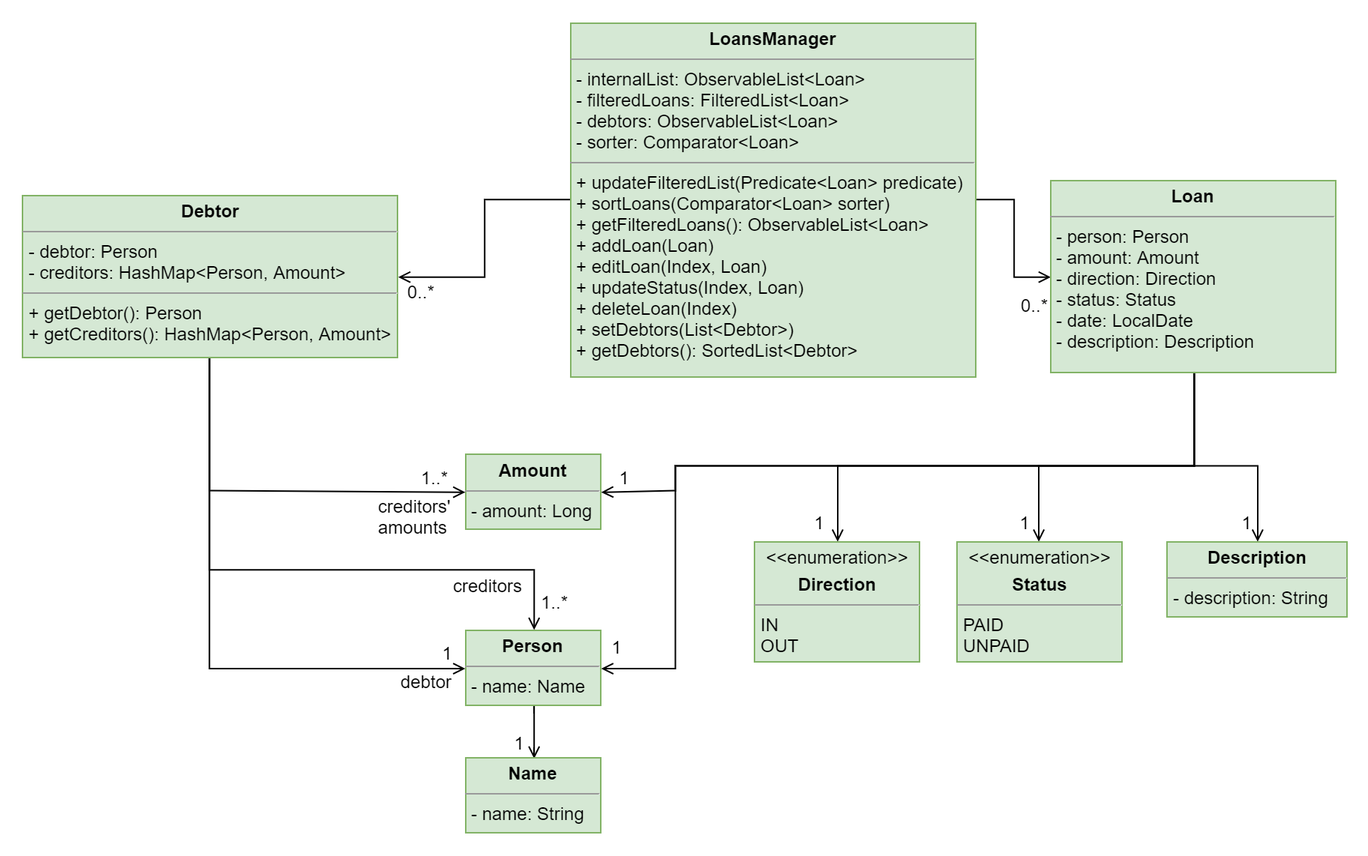
nus-cs2103-AY1920S1/addressbook-level3 keeps this draw.io diagram as docs/images/LoanClassDiagram.png. Above is the earlier version. Source tidied: cells renumbered, new cells last; positions are measured from the earlier drawing's top-left corner, leaving out a move shared by most shapes.
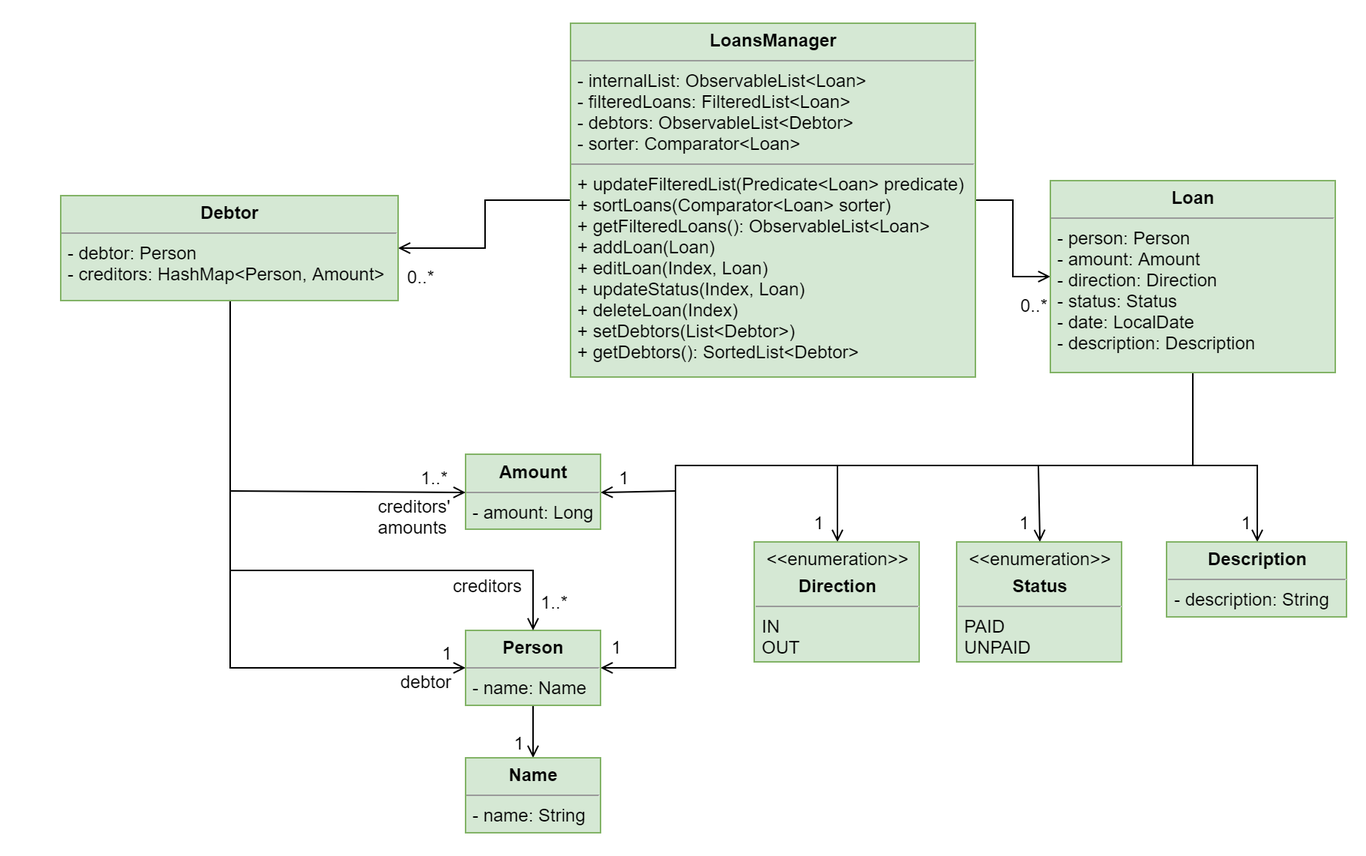
The same diagram one commit later.

Commit message:
Fix incorrect type in loan class diagram

Diff of the diagram source:
```diff
@@ -11,7 +11,7 @@
     <mxCell id="4" style="edgeStyle=orthogonalEdgeStyle;rounded=0;jettySize=auto;html=1;entryX=1;entryY=0.5;entryDx=0;entryDy=0;startArrow=none;startFill=0;endArrow=open;endFill=0;" parent="1" edge="1" source="5" target="27">
       <mxGeometry relative="1" as="geometry" />
     </mxCell>
-    <mxCell id="5" value="&lt;p style=&quot;margin: 0px ; margin-top: 4px ; text-align: center&quot;&gt;&lt;b&gt;LoansManager&lt;/b&gt;&lt;br&gt;&lt;/p&gt;&lt;hr size=&quot;1&quot;&gt;&lt;p style=&quot;margin: 0px ; margin-left: 4px&quot;&gt;- internalList: ObservableList&amp;lt;Loan&amp;gt;&lt;/p&gt;&lt;p style=&quot;margin: 0px ; margin-left: 4px&quot;&gt;- filteredLoans: FilteredList&amp;lt;Loan&amp;gt;&lt;br&gt;&lt;/p&gt;&lt;p style=&quot;margin: 0px ; margin-left: 4px&quot;&gt;- debtors: ObservableList&amp;lt;Loan&amp;gt;&lt;/p&gt;&lt;p style=&quot;margin: 0px ; margin-left: 4px&quot;&gt;- sorter: Comparator&amp;lt;Loan&amp;gt;&lt;/p&gt;&lt;hr size=&quot;1&quot;&gt;&lt;p style=&quot;margin: 0px ; margin-left: 4px&quot;&gt;+ updateFilteredList(Predicate&amp;lt;Loan&amp;gt; predicate)&lt;/p&gt;&lt;p style=&quot;margin: 0px ; margin-left: 4px&quot;&gt;+ sortLoans(Comparator&amp;lt;Loan&amp;gt; sorter)&lt;/p&gt;&lt;p style=&quot;margin: 0px ; margin-left: 4px&quot;&gt;&lt;span&gt;+ getFilteredLoans(): ObservableList&amp;lt;Loan&amp;gt;&lt;/span&gt;&lt;/p&gt;&lt;p style=&quot;margin: 0px ; margin-left: 4px&quot;&gt;+ addLoan(Loan)&lt;/p&gt;&lt;p style=&quot;margin: 0px ; margin-left: 4px&quot;&gt;+ editLoan(Index, Loan)&lt;/p&gt;&lt;p style=&quot;margin: 0px ; margin-left: 4px&quot;&gt;+ updateStatus(Index, Loan)&lt;/p&gt;&lt;p style=&quot;margin: 0px ; margin-left: 4px&quot;&gt;+ deleteLoan(Index)&lt;/p&gt;&lt;p style=&quot;margin: 0px ; margin-left: 4px&quot;&gt;+ setDebtors(List&amp;lt;Debtor&amp;gt;)&lt;/p&gt;&lt;p style=&quot;margin: 0px ; margin-left: 4px&quot;&gt;+ getDebtors(): SortedList&amp;lt;Debtor&amp;gt;&lt;/p&gt;" style="verticalAlign=top;align=left;overflow=fill;fontSize=12;fontFamily=Helvetica;html=1;rounded=0;shadow=0;comic=0;labelBackgroundColor=none;strokeColor=#82b366;strokeWidth=1;fillColor=#d5e8d4;" parent="1" vertex="1">
+    <mxCell id="5" value="&lt;p style=&quot;margin: 0px ; margin-top: 4px ; text-align: center&quot;&gt;&lt;b&gt;LoansManager&lt;/b&gt;&lt;br&gt;&lt;/p&gt;&lt;hr size=&quot;1&quot;&gt;&lt;p style=&quot;margin: 0px ; margin-left: 4px&quot;&gt;- internalList: ObservableList&amp;lt;Loan&amp;gt;&lt;/p&gt;&lt;p style=&quot;margin: 0px ; margin-left: 4px&quot;&gt;- filteredLoans: FilteredList&amp;lt;Loan&amp;gt;&lt;br&gt;&lt;/p&gt;&lt;p style=&quot;margin: 0px ; margin-left: 4px&quot;&gt;- debtors: ObservableList&amp;lt;Debtor&amp;gt;&lt;/p&gt;&lt;p style=&quot;margin: 0px ; margin-left: 4px&quot;&gt;- sorter: Comparator&amp;lt;Loan&amp;gt;&lt;/p&gt;&lt;hr size=&quot;1&quot;&gt;&lt;p style=&quot;margin: 0px ; margin-left: 4px&quot;&gt;+ updateFilteredList(Predicate&amp;lt;Loan&amp;gt; predicate)&lt;/p&gt;&lt;p style=&quot;margin: 0px ; margin-left: 4px&quot;&gt;+ sortLoans(Comparator&amp;lt;Loan&amp;gt; sorter)&lt;/p&gt;&lt;p style=&quot;margin: 0px ; margin-left: 4px&quot;&gt;&lt;span&gt;+ getFilteredLoans(): ObservableList&amp;lt;Loan&amp;gt;&lt;/span&gt;&lt;/p&gt;&lt;p style=&quot;margin: 0px ; margin-left: 4px&quot;&gt;+ addLoan(Loan)&lt;/p&gt;&lt;p style=&quot;margin: 0px ; margin-left: 4px&quot;&gt;+ editLoan(Index, Loan)&lt;/p&gt;&lt;p style=&quot;margin: 0px ; margin-left: 4px&quot;&gt;+ updateStatus(Index, Loan)&lt;/p&gt;&lt;p style=&quot;margin: 0px ; margin-left: 4px&quot;&gt;+ deleteLoan(Index)&lt;/p&gt;&lt;p style=&quot;margin: 0px ; margin-left: 4px&quot;&gt;+ setDebtors(List&amp;lt;Debtor&amp;gt;)&lt;/p&gt;&lt;p style=&quot;margin: 0px ; margin-left: 4px&quot;&gt;+ getDebtors(): SortedList&amp;lt;Debtor&amp;gt;&lt;/p&gt;" style="verticalAlign=top;align=left;overflow=fill;fontSize=12;fontFamily=Helvetica;html=1;rounded=0;shadow=0;comic=0;labelBackgroundColor=none;strokeColor=#82b366;strokeWidth=1;fillColor=#d5e8d4;" parent="1" vertex="1">
       <mxGeometry x="380" y="15" width="270" height="236" as="geometry" />
     </mxCell>
     <mxCell id="6" style="edgeStyle=orthogonalEdgeStyle;rounded=0;jettySize=auto;html=1;entryX=0.5;entryY=0;entryDx=0;entryDy=0;startArrow=none;startFill=0;endArrow=open;endFill=0;" parent="1" edge="1" source="11" target="16">
@@ -98,27 +98,27 @@
     <mxCell id="24" style="edgeStyle=orthogonalEdgeStyle;rounded=0;jettySize=auto;html=1;entryX=0;entryY=0.5;entryDx=0;entryDy=0;startArrow=none;startFill=0;endArrow=open;endFill=0;" parent="1" edge="1" source="27" target="15">
       <mxGeometry relative="1" as="geometry">
         <Array as="points">
-          <mxPoint x="139" y="327" />
+          <mxPoint x="153" y="327" />
         </Array>
       </mxGeometry>
     </mxCell>
     <mxCell id="25" style="edgeStyle=orthogonalEdgeStyle;rounded=0;jettySize=auto;html=1;entryX=0;entryY=0.5;entryDx=0;entryDy=0;startArrow=none;startFill=0;endArrow=open;endFill=0;" parent="1" edge="1" source="27" target="13">
       <mxGeometry relative="1" as="geometry">
         <Array as="points">
-          <mxPoint x="139" y="445" />
+          <mxPoint x="153" y="445" />
         </Array>
       </mxGeometry>
     </mxCell>
     <mxCell id="26" style="edgeStyle=orthogonalEdgeStyle;rounded=0;jettySize=auto;html=1;entryX=0.5;entryY=0;entryDx=0;entryDy=0;startArrow=none;startFill=0;endArrow=open;endFill=0;" parent="1" edge="1" source="27" target="13">
       <mxGeometry relative="1" as="geometry">
         <Array as="points">
-          <mxPoint x="139" y="380" />
+          <mxPoint x="153" y="380" />
           <mxPoint x="355" y="380" />
         </Array>
       </mxGeometry>
     </mxCell>
-    <mxCell id="27" value="&lt;p style=&quot;margin: 0px ; margin-top: 4px ; text-align: center&quot;&gt;&lt;b&gt;Debtor&lt;/b&gt;&lt;br&gt;&lt;/p&gt;&lt;hr size=&quot;1&quot;&gt;&lt;p style=&quot;margin: 0px ; margin-left: 4px&quot;&gt;- debtor: Person&lt;/p&gt;&lt;p style=&quot;margin: 0px ; margin-left: 4px&quot;&gt;- creditors: HashMap&amp;lt;Person, Amount&amp;gt;&lt;/p&gt;&lt;hr size=&quot;1&quot;&gt;&lt;p style=&quot;margin: 0px ; margin-left: 4px&quot;&gt;+ getDebtor(): Person&lt;br&gt;&lt;/p&gt;&lt;p style=&quot;margin: 0px ; margin-left: 4px&quot;&gt;+ getCreditors(): HashMap&amp;lt;Person, Amount&amp;gt;&lt;/p&gt;" style="verticalAlign=top;align=left;overflow=fill;fontSize=12;fontFamily=Helvetica;html=1;rounded=0;shadow=0;comic=0;labelBackgroundColor=none;strokeColor=#82b366;strokeWidth=1;fillColor=#d5e8d4;" parent="1" vertex="1">
-      <mxGeometry x="14.5" y="130" width="250" height="108" as="geometry" />
+    <mxCell id="27" value="&lt;p style=&quot;margin: 0px ; margin-top: 4px ; text-align: center&quot;&gt;&lt;b&gt;Debtor&lt;/b&gt;&lt;br&gt;&lt;/p&gt;&lt;hr size=&quot;1&quot;&gt;&lt;p style=&quot;margin: 0px ; margin-left: 4px&quot;&gt;- debtor: Person&lt;/p&gt;&lt;p style=&quot;margin: 0px ; margin-left: 4px&quot;&gt;- creditors: HashMap&amp;lt;Person, Amount&amp;gt;&lt;/p&gt;" style="verticalAlign=top;align=left;overflow=fill;fontSize=12;fontFamily=Helvetica;html=1;rounded=0;shadow=0;comic=0;labelBackgroundColor=none;strokeColor=#82b366;strokeWidth=1;fillColor=#d5e8d4;" parent="1" vertex="1">
+      <mxGeometry x="40" y="130" width="225" height="70" as="geometry" />
     </mxCell>
     <mxCell id="28" value="1" style="text;html=1;strokeColor=none;fillColor=none;align=center;verticalAlign=middle;whiteSpace=wrap;rounded=0;" parent="1" vertex="1">
       <mxGeometry x="410" y="307.5" width="10" height="20" as="geometry" />
@@ -142,7 +142,7 @@
       <mxGeometry x="405" y="421" width="10" height="20" as="geometry" />
     </mxCell>
     <mxCell id="35" value="0..*" style="text;html=1;strokeColor=none;fillColor=none;align=center;verticalAlign=middle;whiteSpace=wrap;rounded=0;" parent="1" vertex="1">
-      <mxGeometry x="268.5" y="184" width="23" height="20" as="geometry" />
+      <mxGeometry x="268.5" y="174" width="23" height="20" as="geometry" />
     </mxCell>
     <mxCell id="36" value="1" style="text;html=1;strokeColor=none;fillColor=none;align=center;verticalAlign=middle;whiteSpace=wrap;rounded=0;" parent="1" vertex="1">
       <mxGeometry x="291.5" y="425" width="10" height="20" as="geometry" />
```
